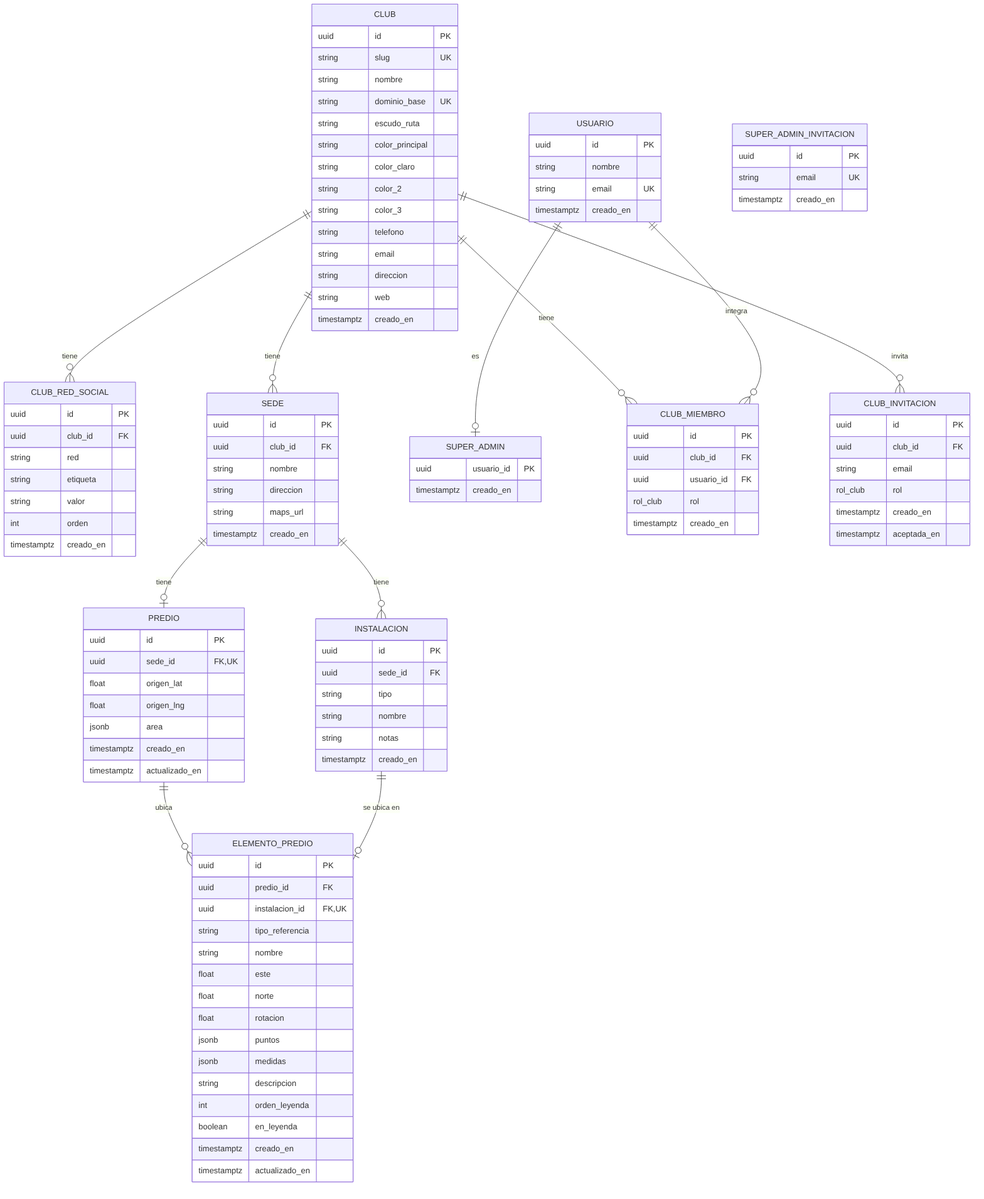
Earlier version of the Mermaid export docs/der-el-club.png (jvallelunga/el-club-app). Its source is kept beside it as docs/der-el-club.mmd.
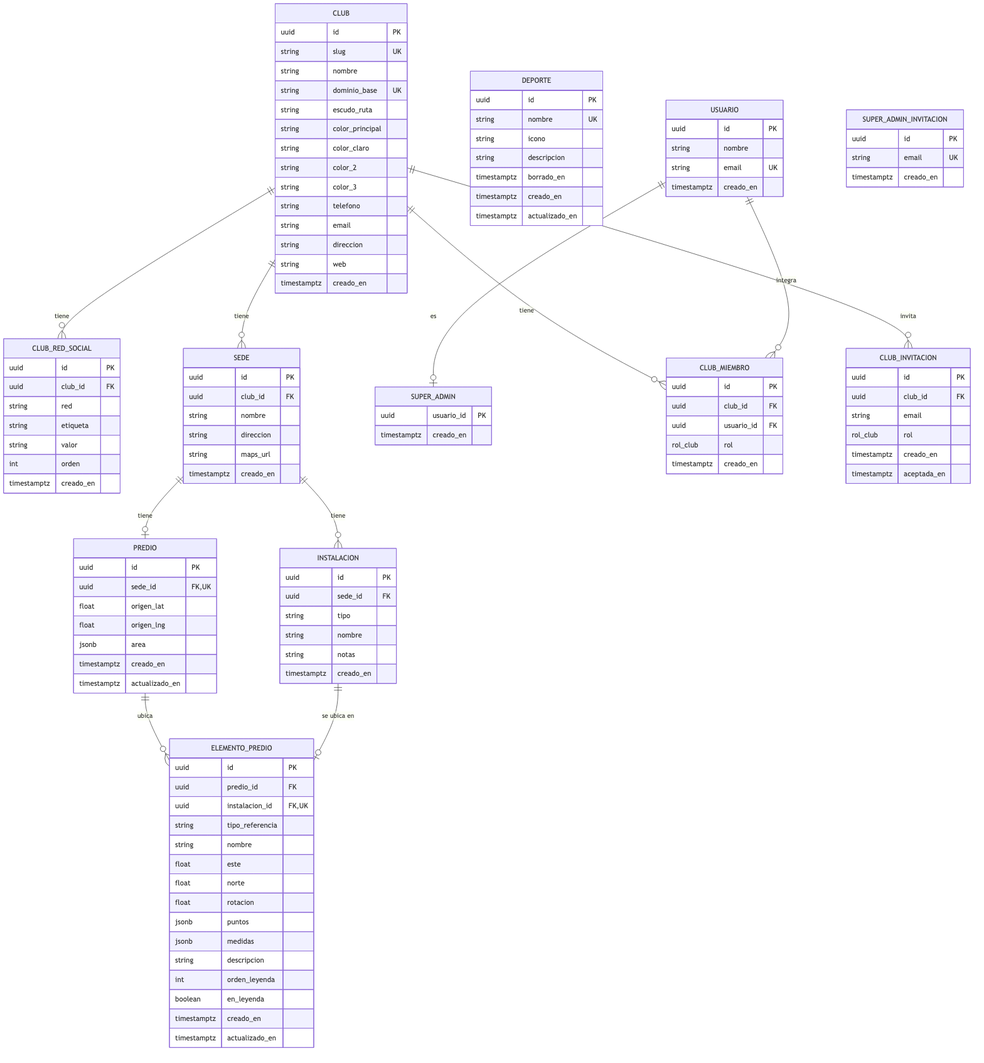
The same file after the commit.

Commit message:
Catálogo de deportes: tabla deporte con RLS, dominio y DER (#73)

What changed in the source:
```diff
@@ -66,6 +66,15 @@
         timestamptz creado_en
         timestamptz actualizado_en
     }
+    DEPORTE {
+        uuid id PK
+        string nombre UK
+        string icono
+        string descripcion
+        timestamptz borrado_en
+        timestamptz creado_en
+        timestamptz actualizado_en
+    }
     USUARIO {
         uuid id PK
         string nombre
```
